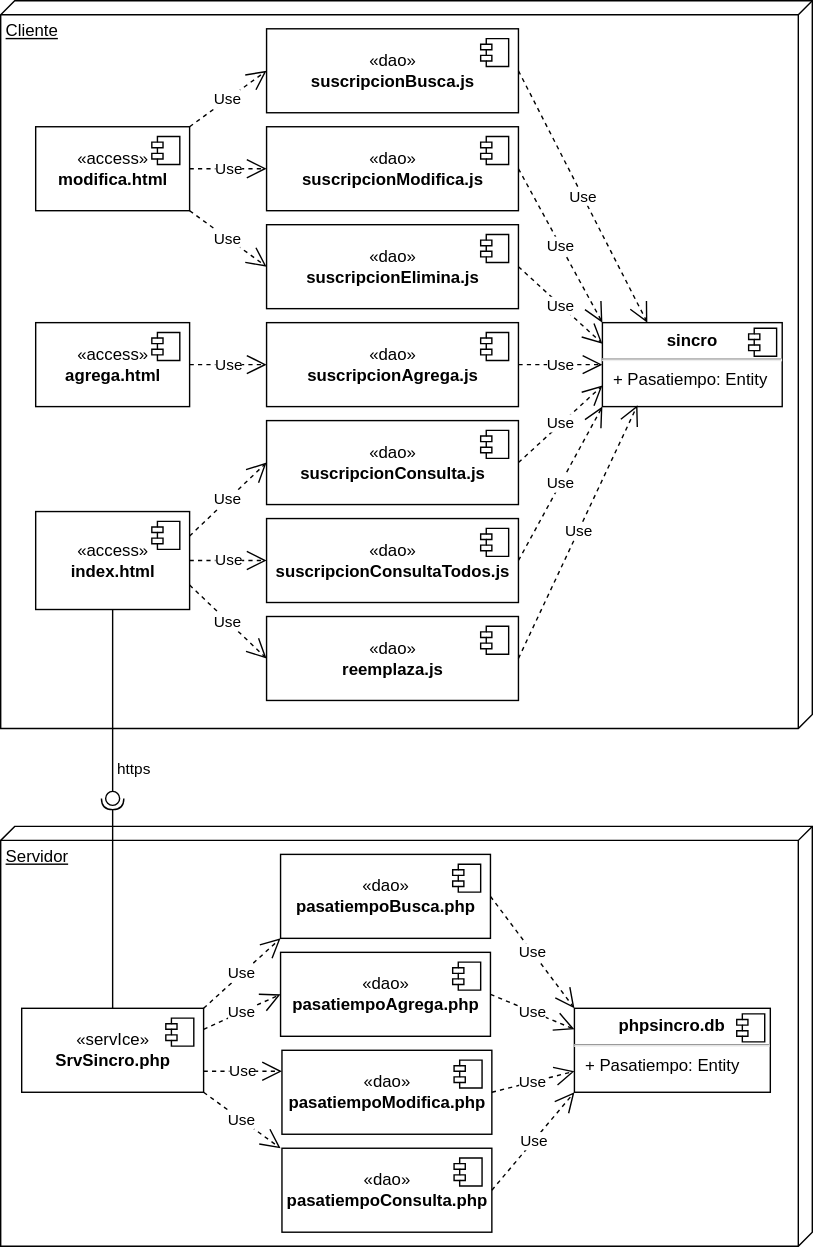
Earlier version of the draw.io export docs/img/m11sincro/sincrodistribucion.drawio.svg (gilpgdm/gilpgdm.github.io). Source tidied: cells renumbered, new cells last; positions are measured from the earlier drawing's top-left corner, leaving out a move shared by most shapes.
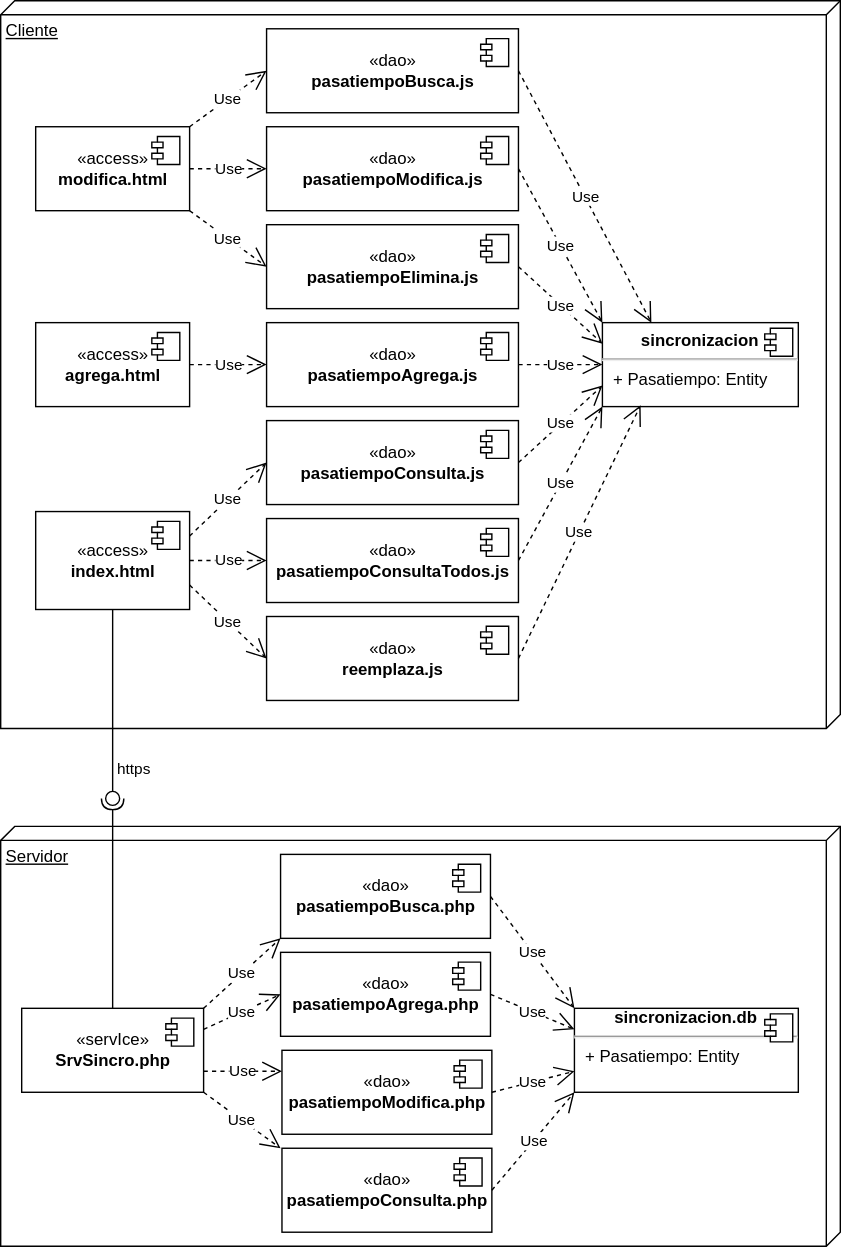
After the commit.

Diff of the diagram source:
```diff
@@ -3,7 +3,7 @@
     <mxCell id="0" />
     <mxCell id="1" parent="0" />
     <mxCell id="2" value="Cliente" style="verticalAlign=top;align=left;spacingTop=8;spacingLeft=2;spacingRight=12;shape=cube;size=10;direction=south;fontStyle=4;html=1;" parent="1" vertex="1">
-      <mxGeometry width="580" height="520" as="geometry" />
+      <mxGeometry width="600" height="520" as="geometry" />
     </mxCell>
     <mxCell id="3" value="«access»&lt;br&gt;&lt;b&gt;index.html&lt;/b&gt;" style="html=1;" parent="1" vertex="1">
       <mxGeometry x="25" y="365" width="110" height="70" as="geometry" />
@@ -13,7 +13,7 @@
         <mxPoint x="-27" y="7" as="offset" />
       </mxGeometry>
     </mxCell>
-    <mxCell id="5" value="«dao»&lt;br&gt;&lt;b&gt;suscripcionModifica.js&lt;/b&gt;" style="html=1;" parent="1" vertex="1">
+    <mxCell id="5" value="«dao»&lt;br&gt;&lt;b&gt;pasatiempoModifica.js&lt;/b&gt;" style="html=1;" parent="1" vertex="1">
       <mxGeometry x="190" y="90" width="180" height="60" as="geometry" />
     </mxCell>
     <mxCell id="6" style="shape=module;jettyWidth=8;jettyHeight=4;" parent="5" vertex="1">
@@ -21,7 +21,7 @@
         <mxPoint x="-27" y="7" as="offset" />
       </mxGeometry>
     </mxCell>
-    <mxCell id="7" value="«dao»&lt;br&gt;&lt;b&gt;suscripcionElimina.js&lt;/b&gt;" style="html=1;" parent="1" vertex="1">
+    <mxCell id="7" value="«dao»&lt;br&gt;&lt;b&gt;pasatiempoElimina.js&lt;/b&gt;" style="html=1;" parent="1" vertex="1">
       <mxGeometry x="190" y="160" width="180" height="60" as="geometry" />
     </mxCell>
     <mxCell id="8" style="shape=module;jettyWidth=8;jettyHeight=4;" parent="7" vertex="1">
@@ -29,7 +29,7 @@
         <mxPoint x="-27" y="7" as="offset" />
       </mxGeometry>
     </mxCell>
-    <mxCell id="9" value="«dao»&lt;br&gt;&lt;b&gt;suscripcionConsulta.js&lt;/b&gt;" style="html=1;" parent="1" vertex="1">
+    <mxCell id="9" value="«dao»&lt;br&gt;&lt;b&gt;pasatiempoConsulta.js&lt;/b&gt;" style="html=1;" parent="1" vertex="1">
       <mxGeometry x="190" y="300" width="180" height="60" as="geometry" />
     </mxCell>
     <mxCell id="10" style="shape=module;jettyWidth=8;jettyHeight=4;" parent="9" vertex="1">
@@ -61,15 +61,15 @@
     <mxCell id="18" value="Use" style="endArrow=open;endSize=12;dashed=1;html=1;rounded=0;entryX=0;entryY=0.75;entryDx=0;entryDy=0;exitX=1;exitY=0.5;exitDx=0;exitDy=0;" parent="1" edge="1" source="9" target="19">
       <mxGeometry relative="1" as="geometry" />
     </mxCell>
-    <mxCell id="19" value="&lt;p style=&quot;margin:0px;margin-top:6px;text-align:center;&quot;&gt;&lt;b&gt;sincro&lt;/b&gt;&lt;/p&gt;&lt;hr&gt;&lt;p style=&quot;margin:0px;margin-left:8px;&quot;&gt;+ Pasatiempo: Entity&lt;/p&gt;" style="align=left;overflow=fill;html=1;" parent="1" vertex="1">
-      <mxGeometry x="430" y="230" width="128.5" height="60" as="geometry" />
+    <mxCell id="19" value="&lt;p style=&quot;margin:0px;margin-top:6px;text-align:center;&quot;&gt;&lt;b&gt;sincronizacion&lt;/b&gt;&lt;br&gt;&lt;/p&gt;&lt;hr&gt;&lt;p style=&quot;margin:0px;margin-left:8px;&quot;&gt;+ Pasatiempo: Entity&lt;/p&gt;" style="align=left;overflow=fill;html=1;" parent="1" vertex="1">
+      <mxGeometry x="430" y="230" width="140" height="60" as="geometry" />
     </mxCell>
     <mxCell id="20" style="shape=component;jettyWidth=8;jettyHeight=4;" parent="19" vertex="1">
       <mxGeometry x="1" width="20" height="20" relative="1" as="geometry">
         <mxPoint x="-24" y="4" as="offset" />
       </mxGeometry>
     </mxCell>
-    <mxCell id="21" value="«dao»&lt;br&gt;&lt;b&gt;suscripcionAgrega.js&lt;/b&gt;" style="html=1;" parent="1" vertex="1">
+    <mxCell id="21" value="«dao»&lt;br&gt;&lt;b&gt;pasatiempoAgrega.js&lt;/b&gt;" style="html=1;" parent="1" vertex="1">
       <mxGeometry x="190" y="230" width="180" height="60" as="geometry" />
     </mxCell>
     <mxCell id="22" style="shape=module;jettyWidth=8;jettyHeight=4;" parent="21" vertex="1">
@@ -77,7 +77,7 @@
         <mxPoint x="-27" y="7" as="offset" />
       </mxGeometry>
     </mxCell>
-    <mxCell id="23" value="«dao»&lt;br&gt;&lt;b&gt;suscripcionBusca.js&lt;/b&gt;" style="html=1;" parent="1" vertex="1">
+    <mxCell id="23" value="«dao»&lt;br&gt;&lt;b&gt;pasatiempoBusca.js&lt;/b&gt;" style="html=1;" parent="1" vertex="1">
       <mxGeometry x="190" y="20" width="180" height="60" as="geometry" />
     </mxCell>
     <mxCell id="24" style="shape=module;jettyWidth=8;jettyHeight=4;" parent="23" vertex="1">
@@ -98,7 +98,7 @@
       <mxGeometry relative="1" as="geometry" />
     </mxCell>
     <mxCell id="29" value="Servidor" style="verticalAlign=top;align=left;spacingTop=8;spacingLeft=2;spacingRight=12;shape=cube;size=10;direction=south;fontStyle=4;html=1;" parent="1" vertex="1">
-      <mxGeometry y="590" width="580" height="300" as="geometry" />
+      <mxGeometry y="590" width="600" height="300" as="geometry" />
     </mxCell>
     <mxCell id="30" value="«servIce»&lt;br&gt;&lt;b&gt;SrvSincro.php&lt;/b&gt;" style="html=1;" parent="1" vertex="1">
       <mxGeometry x="15" y="720" width="130" height="60" as="geometry" />
@@ -141,8 +141,8 @@
     <mxCell id="40" value="Use" style="endArrow=open;endSize=12;dashed=1;html=1;rounded=0;entryX=0;entryY=1;entryDx=0;entryDy=0;exitX=1;exitY=0.5;exitDx=0;exitDy=0;" parent="1" edge="1" source="34" target="41">
       <mxGeometry relative="1" as="geometry" />
     </mxCell>
-    <mxCell id="41" value="&lt;p style=&quot;margin:0px;margin-top:6px;text-align:center;&quot;&gt;&lt;b&gt;phpsincro.db&lt;/b&gt;&lt;/p&gt;&lt;hr&gt;&lt;p style=&quot;margin:0px;margin-left:8px;&quot;&gt;+ Pasatiempo: Entity&lt;/p&gt;" style="align=left;overflow=fill;html=1;" parent="1" vertex="1">
-      <mxGeometry x="410" y="720" width="140" height="60" as="geometry" />
+    <mxCell id="41" value="&lt;div style=&quot;text-align: center;&quot;&gt;&lt;b&gt;sincronizacion&lt;/b&gt;&lt;b style=&quot;background-color: initial;&quot;&gt;.db&lt;/b&gt;&lt;/div&gt;&lt;hr&gt;&lt;p style=&quot;margin:0px;margin-left:8px;&quot;&gt;+ Pasatiempo: Entity&lt;/p&gt;" style="align=left;overflow=fill;html=1;" parent="1" vertex="1">
+      <mxGeometry x="410" y="720" width="160" height="60" as="geometry" />
     </mxCell>
     <mxCell id="42" style="shape=component;jettyWidth=8;jettyHeight=4;" parent="41" vertex="1">
       <mxGeometry x="1" width="20" height="20" relative="1" as="geometry">
@@ -193,7 +193,7 @@
         <mxPoint x="-27" y="7" as="offset" />
       </mxGeometry>
     </mxCell>
-    <mxCell id="55" value="«dao»&lt;br&gt;&lt;b&gt;suscripcionConsultaTodos.js&lt;/b&gt;" style="html=1;" parent="1" vertex="1">
+    <mxCell id="55" value="«dao»&lt;br&gt;&lt;b&gt;pasatiempoConsultaTodos.js&lt;/b&gt;" style="html=1;" parent="1" vertex="1">
       <mxGeometry x="190" y="370" width="180" height="60" as="geometry" />
     </mxCell>
     <mxCell id="56" style="shape=module;jettyWidth=8;jettyHeight=4;" parent="55" vertex="1">
```
